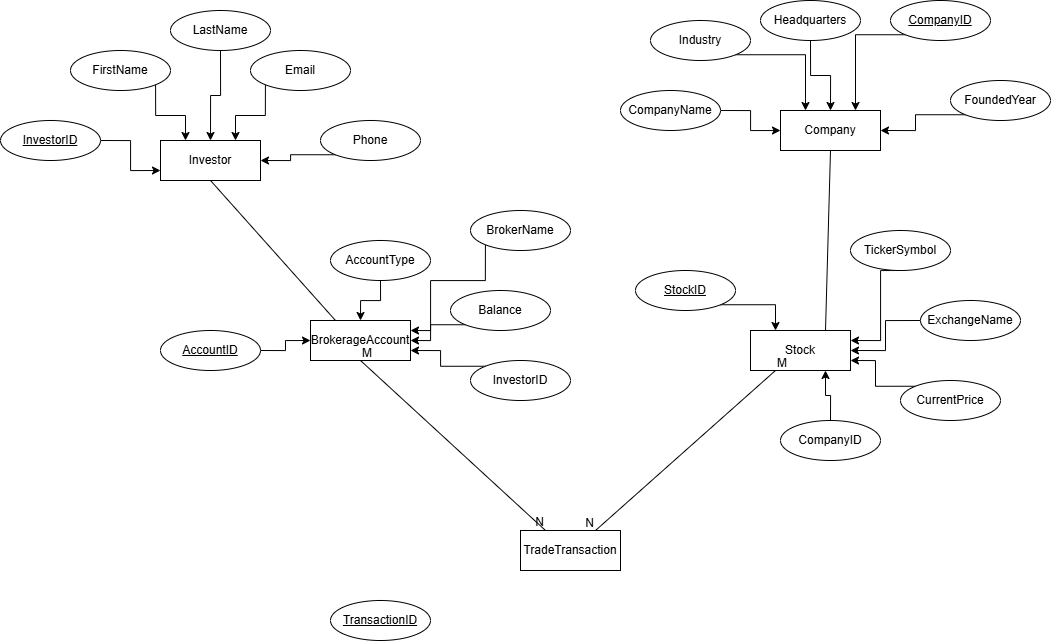
Jhkpop/CS420_Assignment5 keeps this draw.io diagram as CS420_Assignment5EntityRelation.png. Above is the earlier version. Source tidied: cells renumbered, new cells last; positions are measured from the earlier drawing's top-left corner, leaving out a move shared by most shapes. The source it was exported from:
```xml
<mxGraphModel>
  <root>
    <mxCell id="0" />
    <mxCell id="1" parent="0" />
    <mxCell id="2" value="Investor" style="whiteSpace=wrap;html=1;align=center;" parent="1" vertex="1">
      <mxGeometry x="160" y="140" width="100" height="40" as="geometry" />
    </mxCell>
    <mxCell id="3" value="Stock" style="whiteSpace=wrap;html=1;align=center;" parent="1" vertex="1">
      <mxGeometry x="750" y="330" width="100" height="40" as="geometry" />
    </mxCell>
    <mxCell id="4" value="BrokerageAccount" style="whiteSpace=wrap;html=1;align=center;" parent="1" vertex="1">
      <mxGeometry x="310" y="320" width="100" height="40" as="geometry" />
    </mxCell>
    <mxCell id="5" value="TradeTransaction" style="whiteSpace=wrap;html=1;align=center;" parent="1" vertex="1">
      <mxGeometry x="520" y="530" width="100" height="40" as="geometry" />
    </mxCell>
    <mxCell id="6" value="Company" style="whiteSpace=wrap;html=1;align=center;" parent="1" vertex="1">
      <mxGeometry x="780" y="110" width="100" height="40" as="geometry" />
    </mxCell>
    <mxCell id="7" style="edgeStyle=orthogonalEdgeStyle;rounded=0;jettySize=auto;html=1;exitX=1;exitY=0.5;exitDx=0;exitDy=0;entryX=0;entryY=0.75;entryDx=0;entryDy=0;" parent="1" edge="1" source="8" target="2">
      <mxGeometry relative="1" as="geometry" />
    </mxCell>
    <mxCell id="8" value="InvestorID" style="ellipse;whiteSpace=wrap;html=1;align=center;fontStyle=4;" parent="1" vertex="1">
      <mxGeometry y="120" width="100" height="40" as="geometry" />
    </mxCell>
    <mxCell id="9" style="edgeStyle=orthogonalEdgeStyle;rounded=0;jettySize=auto;html=1;exitX=1;exitY=0.5;exitDx=0;exitDy=0;entryX=0;entryY=0.5;entryDx=0;entryDy=0;" parent="1" edge="1" source="10" target="4">
      <mxGeometry relative="1" as="geometry" />
    </mxCell>
    <mxCell id="10" value="AccountID" style="ellipse;whiteSpace=wrap;html=1;align=center;fontStyle=4;" parent="1" vertex="1">
      <mxGeometry x="160" y="330" width="100" height="40" as="geometry" />
    </mxCell>
    <mxCell id="11" style="edgeStyle=orthogonalEdgeStyle;rounded=0;jettySize=auto;html=1;exitX=1;exitY=1;exitDx=0;exitDy=0;entryX=0.25;entryY=0;entryDx=0;entryDy=0;" parent="1" edge="1" source="12" target="3">
      <mxGeometry relative="1" as="geometry" />
    </mxCell>
    <mxCell id="12" value="StockID" style="ellipse;whiteSpace=wrap;html=1;align=center;fontStyle=4;" parent="1" vertex="1">
      <mxGeometry x="635" y="270" width="100" height="40" as="geometry" />
    </mxCell>
    <mxCell id="13" style="edgeStyle=orthogonalEdgeStyle;rounded=0;jettySize=auto;html=1;exitX=0;exitY=1;exitDx=0;exitDy=0;entryX=0.75;entryY=0;entryDx=0;entryDy=0;" parent="1" edge="1" source="14" target="6">
      <mxGeometry relative="1" as="geometry" />
    </mxCell>
    <mxCell id="14" value="CompanyID" style="ellipse;whiteSpace=wrap;html=1;align=center;fontStyle=4;" parent="1" vertex="1">
      <mxGeometry x="890" width="100" height="40" as="geometry" />
    </mxCell>
    <mxCell id="15" value="TransactionID" style="ellipse;whiteSpace=wrap;html=1;align=center;fontStyle=4;" parent="1" vertex="1">
      <mxGeometry x="330" y="600" width="100" height="40" as="geometry" />
    </mxCell>
    <mxCell id="16" style="edgeStyle=orthogonalEdgeStyle;rounded=0;jettySize=auto;html=1;exitX=0.5;exitY=1;exitDx=0;exitDy=0;entryX=0.5;entryY=0;entryDx=0;entryDy=0;" parent="1" edge="1" source="17" target="2">
      <mxGeometry relative="1" as="geometry" />
    </mxCell>
    <mxCell id="17" value="LastName" style="ellipse;whiteSpace=wrap;html=1;align=center;" parent="1" vertex="1">
      <mxGeometry x="170" y="10" width="100" height="40" as="geometry" />
    </mxCell>
    <mxCell id="18" style="edgeStyle=orthogonalEdgeStyle;rounded=0;jettySize=auto;html=1;exitX=0;exitY=1;exitDx=0;exitDy=0;entryX=1;entryY=0.5;entryDx=0;entryDy=0;" parent="1" edge="1" source="19" target="2">
      <mxGeometry relative="1" as="geometry" />
    </mxCell>
    <mxCell id="19" value="Phone" style="ellipse;whiteSpace=wrap;html=1;align=center;" parent="1" vertex="1">
      <mxGeometry x="320" y="120" width="100" height="40" as="geometry" />
    </mxCell>
    <mxCell id="20" style="edgeStyle=orthogonalEdgeStyle;rounded=0;jettySize=auto;html=1;exitX=0;exitY=1;exitDx=0;exitDy=0;entryX=0.75;entryY=0;entryDx=0;entryDy=0;" parent="1" edge="1" source="21" target="2">
      <mxGeometry relative="1" as="geometry" />
    </mxCell>
    <mxCell id="21" value="Email" style="ellipse;whiteSpace=wrap;html=1;align=center;" parent="1" vertex="1">
      <mxGeometry x="250" y="50" width="100" height="40" as="geometry" />
    </mxCell>
    <mxCell id="22" style="edgeStyle=orthogonalEdgeStyle;rounded=0;jettySize=auto;html=1;exitX=1;exitY=1;exitDx=0;exitDy=0;entryX=0.25;entryY=0;entryDx=0;entryDy=0;" parent="1" edge="1" source="23" target="2">
      <mxGeometry relative="1" as="geometry" />
    </mxCell>
    <mxCell id="23" value="FirstName" style="ellipse;whiteSpace=wrap;html=1;align=center;" parent="1" vertex="1">
      <mxGeometry x="70" y="50" width="100" height="40" as="geometry" />
    </mxCell>
    <mxCell id="24" style="edgeStyle=orthogonalEdgeStyle;rounded=0;jettySize=auto;html=1;exitX=0;exitY=1;exitDx=0;exitDy=0;entryX=1;entryY=0.25;entryDx=0;entryDy=0;" parent="1" edge="1" source="25" target="4">
      <mxGeometry relative="1" as="geometry">
        <Array as="points">
          <mxPoint x="485" y="280" />
          <mxPoint x="430" y="280" />
          <mxPoint x="430" y="330" />
        </Array>
      </mxGeometry>
    </mxCell>
    <mxCell id="25" value="BrokerName" style="ellipse;whiteSpace=wrap;html=1;align=center;" parent="1" vertex="1">
      <mxGeometry x="470" y="210" width="100" height="40" as="geometry" />
    </mxCell>
    <mxCell id="26" style="edgeStyle=orthogonalEdgeStyle;rounded=0;jettySize=auto;html=1;exitX=0;exitY=0;exitDx=0;exitDy=0;entryX=1;entryY=0.75;entryDx=0;entryDy=0;" parent="1" edge="1" source="27" target="4">
      <mxGeometry relative="1" as="geometry" />
    </mxCell>
    <mxCell id="27" value="InvestorID" style="ellipse;whiteSpace=wrap;html=1;align=center;" parent="1" vertex="1">
      <mxGeometry x="470" y="360" width="100" height="40" as="geometry" />
    </mxCell>
    <mxCell id="28" style="edgeStyle=orthogonalEdgeStyle;rounded=0;jettySize=auto;html=1;exitX=0;exitY=1;exitDx=0;exitDy=0;entryX=1;entryY=0.5;entryDx=0;entryDy=0;" parent="1" edge="1" source="29" target="4">
      <mxGeometry relative="1" as="geometry" />
    </mxCell>
    <mxCell id="29" value="Balance" style="ellipse;whiteSpace=wrap;html=1;align=center;" parent="1" vertex="1">
      <mxGeometry x="450" y="290" width="100" height="40" as="geometry" />
    </mxCell>
    <mxCell id="30" style="edgeStyle=orthogonalEdgeStyle;rounded=0;jettySize=auto;html=1;exitX=0.5;exitY=1;exitDx=0;exitDy=0;entryX=0.5;entryY=0;entryDx=0;entryDy=0;" parent="1" edge="1" source="31" target="4">
      <mxGeometry relative="1" as="geometry" />
    </mxCell>
    <mxCell id="31" value="AccountType" style="ellipse;whiteSpace=wrap;html=1;align=center;" parent="1" vertex="1">
      <mxGeometry x="330" y="240" width="100" height="40" as="geometry" />
    </mxCell>
    <mxCell id="32" style="edgeStyle=orthogonalEdgeStyle;rounded=0;jettySize=auto;html=1;exitX=0.5;exitY=0;exitDx=0;exitDy=0;entryX=0.75;entryY=1;entryDx=0;entryDy=0;" parent="1" edge="1" source="33" target="3">
      <mxGeometry relative="1" as="geometry" />
    </mxCell>
    <mxCell id="33" value="CompanyID" style="ellipse;whiteSpace=wrap;html=1;align=center;" parent="1" vertex="1">
      <mxGeometry x="780" y="420" width="100" height="40" as="geometry" />
    </mxCell>
    <mxCell id="34" style="edgeStyle=orthogonalEdgeStyle;rounded=0;jettySize=auto;html=1;exitX=0;exitY=0;exitDx=0;exitDy=0;entryX=1;entryY=0.75;entryDx=0;entryDy=0;" parent="1" edge="1" source="35" target="3">
      <mxGeometry relative="1" as="geometry" />
    </mxCell>
    <mxCell id="35" value="CurrentPrice" style="ellipse;whiteSpace=wrap;html=1;align=center;" parent="1" vertex="1">
      <mxGeometry x="900" y="380" width="100" height="40" as="geometry" />
    </mxCell>
    <mxCell id="36" style="edgeStyle=orthogonalEdgeStyle;rounded=0;jettySize=auto;html=1;exitX=0;exitY=0.5;exitDx=0;exitDy=0;entryX=1;entryY=0.5;entryDx=0;entryDy=0;" parent="1" edge="1" source="37" target="3">
      <mxGeometry relative="1" as="geometry" />
    </mxCell>
    <mxCell id="37" value="ExchangeName" style="ellipse;whiteSpace=wrap;html=1;align=center;" parent="1" vertex="1">
      <mxGeometry x="920" y="300" width="100" height="40" as="geometry" />
    </mxCell>
    <mxCell id="38" style="edgeStyle=orthogonalEdgeStyle;rounded=0;jettySize=auto;html=1;exitX=0.5;exitY=1;exitDx=0;exitDy=0;entryX=1;entryY=0.25;entryDx=0;entryDy=0;" parent="1" edge="1" source="39" target="3">
      <mxGeometry relative="1" as="geometry">
        <Array as="points">
          <mxPoint x="880" y="270" />
          <mxPoint x="880" y="340" />
        </Array>
      </mxGeometry>
    </mxCell>
    <mxCell id="39" value="TickerSymbol" style="ellipse;whiteSpace=wrap;html=1;align=center;" parent="1" vertex="1">
      <mxGeometry x="850" y="230" width="100" height="40" as="geometry" />
    </mxCell>
    <mxCell id="40" style="endArrow=none;html=1;rounded=0;exitX=0.5;exitY=1;exitDx=0;exitDy=0;entryX=0.25;entryY=0;entryDx=0;entryDy=0;" parent="1" edge="1" source="2" target="4">
      <mxGeometry relative="1" as="geometry" />
    </mxCell>
    <mxCell id="41" style="endArrow=none;html=1;rounded=0;exitX=0.5;exitY=1;exitDx=0;exitDy=0;entryX=0.25;entryY=0;entryDx=0;entryDy=0;" parent="1" edge="1" source="4" target="5">
      <mxGeometry relative="1" as="geometry" />
    </mxCell>
    <mxCell id="42" value="M" style="html=1;whiteSpace=wrap;align=left;verticalAlign=bottom;" parent="41" vertex="1">
      <mxGeometry x="-1" relative="1" as="geometry" />
    </mxCell>
    <mxCell id="43" value="N" style="html=1;whiteSpace=wrap;align=right;verticalAlign=bottom;" parent="41" vertex="1">
      <mxGeometry x="1" relative="1" as="geometry" />
    </mxCell>
    <mxCell id="44" style="endArrow=none;html=1;rounded=0;exitX=0.25;exitY=1;exitDx=0;exitDy=0;entryX=0.75;entryY=0;entryDx=0;entryDy=0;" parent="1" edge="1" source="3" target="5">
      <mxGeometry relative="1" as="geometry" />
    </mxCell>
    <mxCell id="45" value="M" style="html=1;whiteSpace=wrap;align=left;verticalAlign=bottom;" parent="44" vertex="1">
      <mxGeometry x="-1" relative="1" as="geometry" />
    </mxCell>
    <mxCell id="46" value="N" style="html=1;whiteSpace=wrap;align=right;verticalAlign=bottom;" parent="44" vertex="1">
      <mxGeometry x="1" relative="1" as="geometry" />
    </mxCell>
    <mxCell id="47" style="edgeStyle=orthogonalEdgeStyle;rounded=0;jettySize=auto;html=1;exitX=1;exitY=1;exitDx=0;exitDy=0;entryX=0.25;entryY=0;entryDx=0;entryDy=0;" parent="1" edge="1" source="48" target="6">
      <mxGeometry relative="1" as="geometry" />
    </mxCell>
    <mxCell id="48" value="Industry" style="ellipse;whiteSpace=wrap;html=1;align=center;" parent="1" vertex="1">
      <mxGeometry x="650" y="20" width="100" height="40" as="geometry" />
    </mxCell>
    <mxCell id="49" style="edgeStyle=orthogonalEdgeStyle;rounded=0;jettySize=auto;html=1;exitX=1;exitY=0.5;exitDx=0;exitDy=0;entryX=0;entryY=0.5;entryDx=0;entryDy=0;" parent="1" edge="1" source="50" target="6">
      <mxGeometry relative="1" as="geometry" />
    </mxCell>
    <mxCell id="50" value="CompanyName" style="ellipse;whiteSpace=wrap;html=1;align=center;" parent="1" vertex="1">
      <mxGeometry x="620" y="90" width="100" height="40" as="geometry" />
    </mxCell>
    <mxCell id="51" style="edgeStyle=orthogonalEdgeStyle;rounded=0;jettySize=auto;html=1;exitX=0;exitY=1;exitDx=0;exitDy=0;entryX=1;entryY=0.5;entryDx=0;entryDy=0;" parent="1" edge="1" source="52" target="6">
      <mxGeometry relative="1" as="geometry" />
    </mxCell>
    <mxCell id="52" value="FoundedYear" style="ellipse;whiteSpace=wrap;html=1;align=center;" parent="1" vertex="1">
      <mxGeometry x="950" y="80" width="100" height="40" as="geometry" />
    </mxCell>
    <mxCell id="53" style="edgeStyle=orthogonalEdgeStyle;rounded=0;jettySize=auto;html=1;exitX=0.5;exitY=1;exitDx=0;exitDy=0;entryX=0.5;entryY=0;entryDx=0;entryDy=0;" parent="1" edge="1" source="54" target="6">
      <mxGeometry relative="1" as="geometry" />
    </mxCell>
    <mxCell id="54" value="Headquarters" style="ellipse;whiteSpace=wrap;html=1;align=center;" parent="1" vertex="1">
      <mxGeometry x="760" width="100" height="40" as="geometry" />
    </mxCell>
    <mxCell id="55" style="endArrow=none;html=1;rounded=0;exitX=0.75;exitY=0;exitDx=0;exitDy=0;entryX=0.5;entryY=1;entryDx=0;entryDy=0;" parent="1" edge="1" source="3" target="6">
      <mxGeometry relative="1" as="geometry" />
    </mxCell>
  </root>
</mxGraphModel>
```
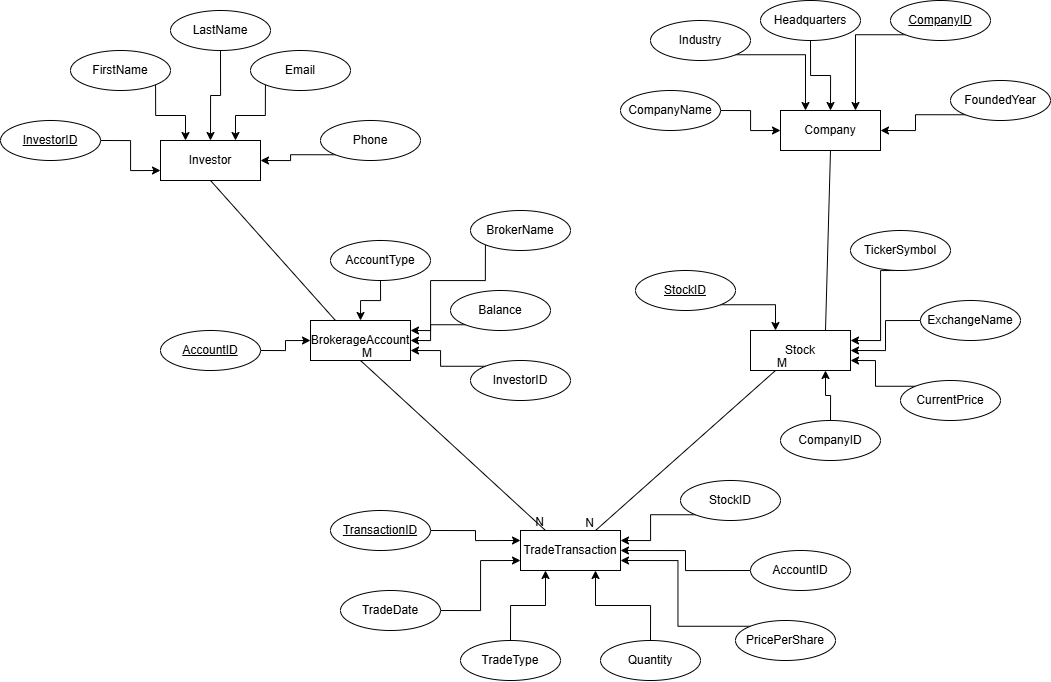
The same diagram one commit later.

The edit, as a diff of the source:
```diff
@@ -41,8 +41,11 @@
     <mxCell id="14" value="CompanyID" style="ellipse;whiteSpace=wrap;html=1;align=center;fontStyle=4;" parent="1" vertex="1">
       <mxGeometry x="890" width="100" height="40" as="geometry" />
     </mxCell>
+    <mxCell id="56" style="edgeStyle=orthogonalEdgeStyle;rounded=0;jettySize=auto;html=1;exitX=1;exitY=0.5;exitDx=0;exitDy=0;entryX=0;entryY=0.25;entryDx=0;entryDy=0;" parent="1" edge="1" source="15" target="5">
+      <mxGeometry relative="1" as="geometry" />
+    </mxCell>
     <mxCell id="15" value="TransactionID" style="ellipse;whiteSpace=wrap;html=1;align=center;fontStyle=4;" parent="1" vertex="1">
-      <mxGeometry x="330" y="600" width="100" height="40" as="geometry" />
+      <mxGeometry x="330" y="510" width="100" height="40" as="geometry" />
     </mxCell>
     <mxCell id="16" style="edgeStyle=orthogonalEdgeStyle;rounded=0;jettySize=auto;html=1;exitX=0.5;exitY=1;exitDx=0;exitDy=0;entryX=0.5;entryY=0;entryDx=0;entryDy=0;" parent="1" edge="1" source="17" target="2">
       <mxGeometry relative="1" as="geometry" />
@@ -175,5 +178,41 @@
     <mxCell id="55" style="endArrow=none;html=1;rounded=0;exitX=0.75;exitY=0;exitDx=0;exitDy=0;entryX=0.5;entryY=1;entryDx=0;entryDy=0;" parent="1" edge="1" source="3" target="6">
       <mxGeometry relative="1" as="geometry" />
     </mxCell>
+    <mxCell id="57" style="edgeStyle=orthogonalEdgeStyle;rounded=0;jettySize=auto;html=1;exitX=0;exitY=0.5;exitDx=0;exitDy=0;entryX=1;entryY=0.5;entryDx=0;entryDy=0;" parent="1" edge="1" source="58" target="5">
+      <mxGeometry relative="1" as="geometry" />
+    </mxCell>
+    <mxCell id="58" value="AccountID" style="ellipse;whiteSpace=wrap;html=1;align=center;" parent="1" vertex="1">
+      <mxGeometry x="750" y="550" width="100" height="40" as="geometry" />
+    </mxCell>
+    <mxCell id="59" style="edgeStyle=orthogonalEdgeStyle;rounded=0;jettySize=auto;html=1;exitX=0;exitY=0;exitDx=0;exitDy=0;entryX=1;entryY=0.75;entryDx=0;entryDy=0;" parent="1" edge="1" source="60" target="5">
+      <mxGeometry relative="1" as="geometry" />
+    </mxCell>
+    <mxCell id="60" value="PricePerShare" style="ellipse;whiteSpace=wrap;html=1;align=center;" parent="1" vertex="1">
+      <mxGeometry x="735" y="620" width="100" height="40" as="geometry" />
+    </mxCell>
+    <mxCell id="61" style="edgeStyle=orthogonalEdgeStyle;rounded=0;jettySize=auto;html=1;exitX=0.5;exitY=0;exitDx=0;exitDy=0;entryX=0.75;entryY=1;entryDx=0;entryDy=0;" parent="1" edge="1" source="62" target="5">
+      <mxGeometry relative="1" as="geometry" />
+    </mxCell>
+    <mxCell id="62" value="Quantity" style="ellipse;whiteSpace=wrap;html=1;align=center;" parent="1" vertex="1">
+      <mxGeometry x="600" y="640" width="100" height="40" as="geometry" />
+    </mxCell>
+    <mxCell id="63" style="edgeStyle=orthogonalEdgeStyle;rounded=0;jettySize=auto;html=1;exitX=0.5;exitY=0;exitDx=0;exitDy=0;entryX=0.25;entryY=1;entryDx=0;entryDy=0;" parent="1" edge="1" source="64" target="5">
+      <mxGeometry relative="1" as="geometry" />
+    </mxCell>
+    <mxCell id="64" value="TradeType" style="ellipse;whiteSpace=wrap;html=1;align=center;" parent="1" vertex="1">
+      <mxGeometry x="460" y="640" width="100" height="40" as="geometry" />
+    </mxCell>
+    <mxCell id="65" style="edgeStyle=orthogonalEdgeStyle;rounded=0;jettySize=auto;html=1;exitX=1;exitY=0.5;exitDx=0;exitDy=0;entryX=0;entryY=0.75;entryDx=0;entryDy=0;" parent="1" edge="1" source="66" target="5">
+      <mxGeometry relative="1" as="geometry" />
+    </mxCell>
+    <mxCell id="66" value="TradeDate" style="ellipse;whiteSpace=wrap;html=1;align=center;" parent="1" vertex="1">
+      <mxGeometry x="340" y="590" width="100" height="40" as="geometry" />
+    </mxCell>
+    <mxCell id="67" style="edgeStyle=orthogonalEdgeStyle;rounded=0;jettySize=auto;html=1;exitX=0;exitY=1;exitDx=0;exitDy=0;entryX=1;entryY=0.25;entryDx=0;entryDy=0;" parent="1" edge="1" source="68" target="5">
+      <mxGeometry relative="1" as="geometry" />
+    </mxCell>
+    <mxCell id="68" value="StockID" style="ellipse;whiteSpace=wrap;html=1;align=center;" parent="1" vertex="1">
+      <mxGeometry x="680" y="480" width="100" height="40" as="geometry" />
+    </mxCell>
   </root>
 </mxGraphModel>
```
